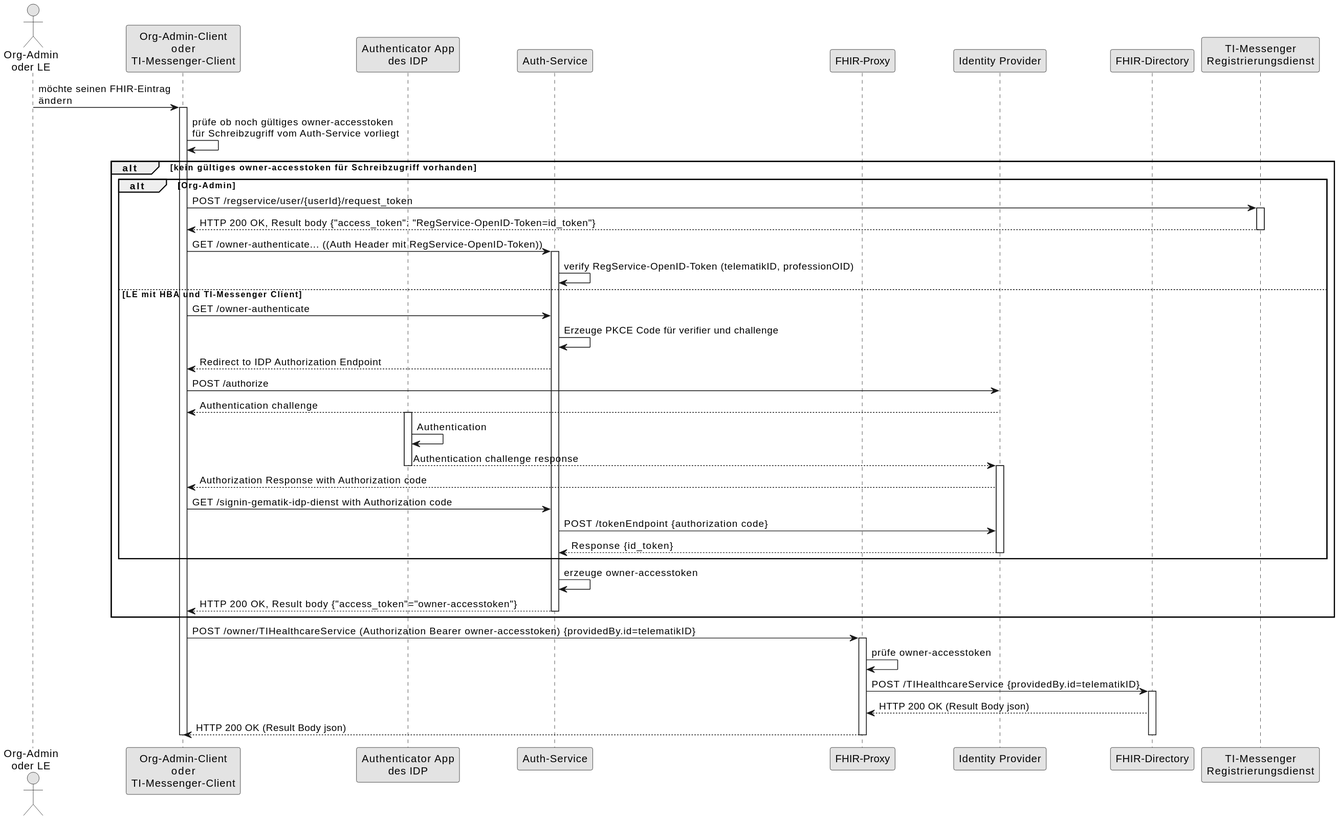
This is images/diagrams/SequenceDiagram.FHIR-Directory.owner.svg from gematik/api-vzd, a PlantUML export, as it was before one commit.
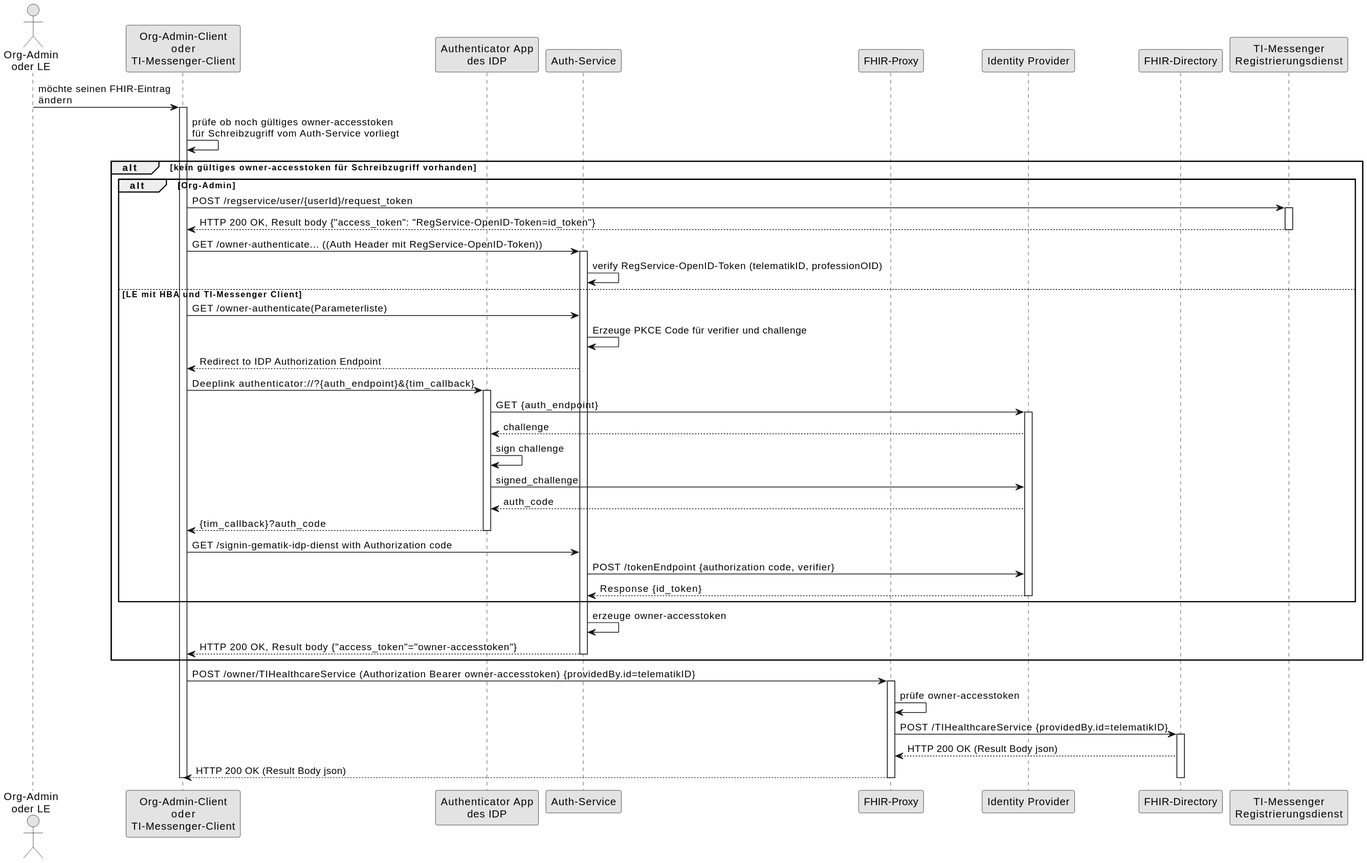
Above is the later version.

Commit message:
Commit from GitHub Actions (GeneratePlantumlImages)

Diff of the diagram source:
```diff
@@ -24,19 +24,23 @@
 activate au
 au -> au: verify RegService-OpenID-Token (telematikID, professionOID)
 else LE mit HBA und TI-Messenger Client
-cl -> au: GET /owner-authenticate
+cl -> au: GET /owner-authenticate(Parameterliste)
 au -> au: Erzeuge PKCE Code für verifier und challenge
 au --> cl: Redirect to IDP Authorization Endpoint
-cl -> idp: POST /authorize
-idp --> cl: Authentication challenge
+cl -> aa: Deeplink authenticator://?{auth_endpoint}&{tim_callback}
 activate aa
-aa -> aa: Authentication
-aa --> idp: Authentication challenge response
+
+aa -> idp: GET {auth_endpoint}
+activate idp
+idp --> aa: challenge
+aa -> aa: sign challenge
+aa-> idp: signed_challenge
+idp --> aa: auth_code
+aa --> cl: {tim_callback}?auth_code
 deactivate aa
-activate idp
-idp --> cl: Authorization Response with Authorization code
+
 cl -> au: GET /signin-gematik-idp-dienst with Authorization code
-au -> idp: POST /tokenEndpoint {authorization code}
+au -> idp: POST /tokenEndpoint {authorization code, verifier}
 idp --> au: Response {id_token}
 
 deactivate idp
```
